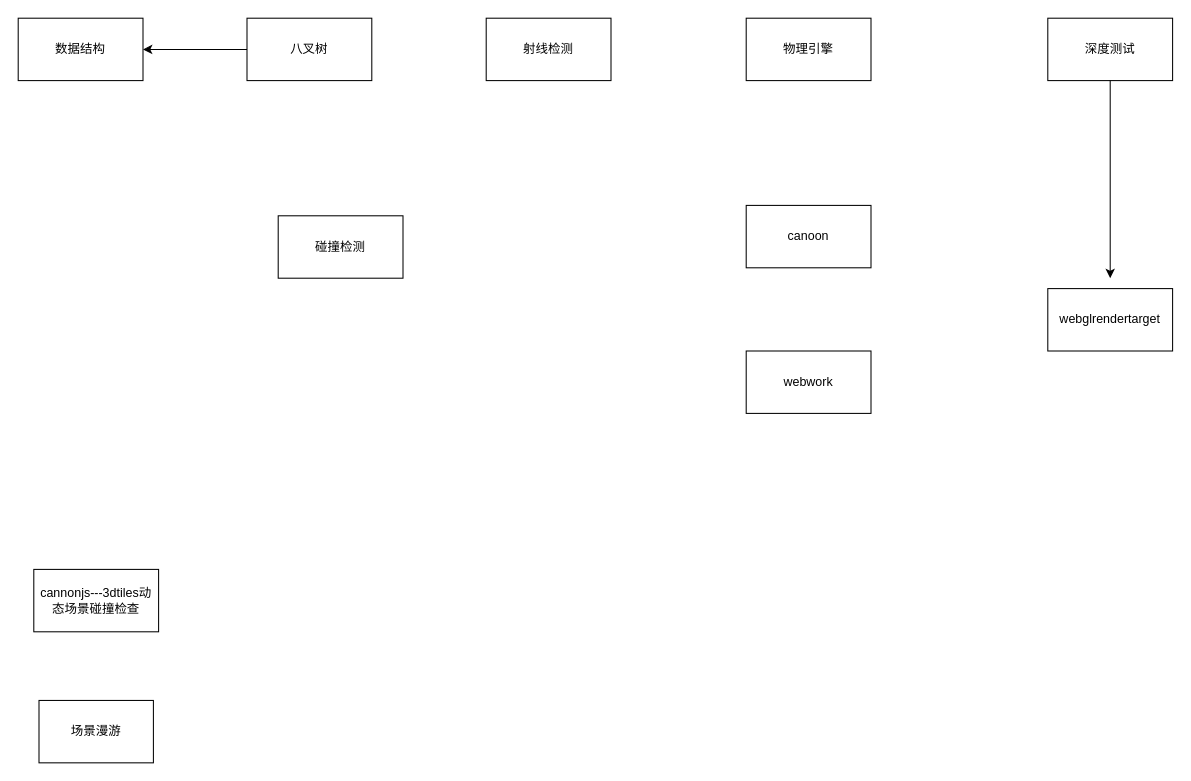
The draw.io diagram page "物理引擎 和 碰撞检测" (4 of 6) of todos.drawio in yangyangzuo/mytodos, before the edit. Source tidied: cells renumbered, new cells numbered last; positions are measured from the earlier drawing's top-left corner, leaving out a move shared by most shapes. Both pictures are drawn from the tidied source at 104%, with x=0, y=0 at pixel (18, 18).
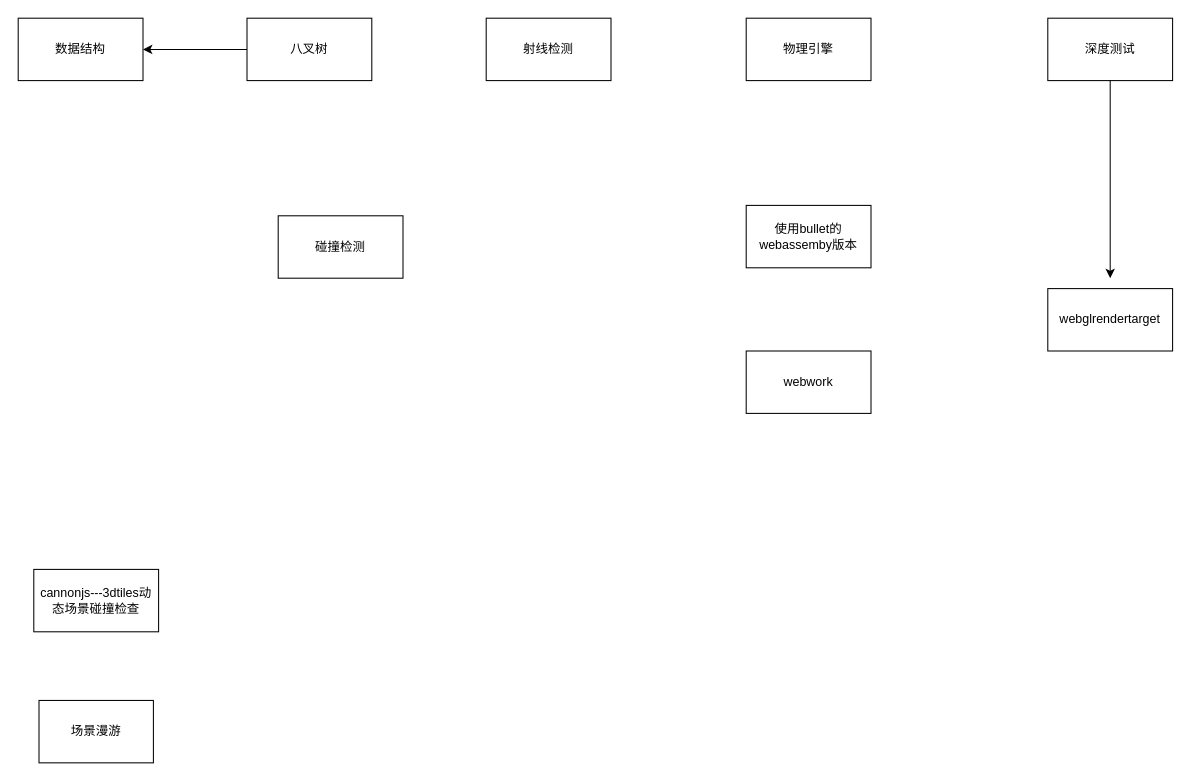
Above is the later version.

The edit, as a diff of the source:
```diff
@@
 <mxGraphModel>
   <root>
     <mxCell id="0" />
     <mxCell id="1" parent="0" />
-    <mxCell id="2" value="canoon" style="rounded=0;whiteSpace=wrap;html=1;" parent="1" vertex="1">
+    <mxCell id="2" value="使用bullet的webassemby版本" style="rounded=0;whiteSpace=wrap;html=1;" parent="1" vertex="1">
       <mxGeometry x="700" y="180" width="120" height="60" as="geometry" />
     </mxCell>
     <mxCell id="3" value="webwork" style="rounded=0;whiteSpace=wrap;html=1;" parent="1" vertex="1">
       <mxGeometry x="700" y="320" width="120" height="60" as="geometry" />
     </mxCell>
     <mxCell id="4" style="edgeStyle=orthogonalEdgeStyle;rounded=0;jettySize=auto;html=1;entryX=1;entryY=0.5;entryDx=0;entryDy=0;" parent="1" edge="1" source="5" target="6">
       <mxGeometry relative="1" as="geometry" />
     </mxCell>
     <mxCell id="5" value="八叉树" style="rounded=0;whiteSpace=wrap;html=1;" parent="1" vertex="1">
       <mxGeometry x="220" width="120" height="60" as="geometry" />
     </mxCell>
     <mxCell id="6" value="数据结构" style="rounded=0;whiteSpace=wrap;html=1;" parent="1" vertex="1">
       <mxGeometry width="120" height="60" as="geometry" />
     </mxCell>
     <mxCell id="7" value="碰撞检测" style="rounded=0;whiteSpace=wrap;html=1;" parent="1" vertex="1">
       <mxGeometry x="250" y="190" width="120" height="60" as="geometry" />
     </mxCell>
     <mxCell id="8" value="场景漫游" style="rounded=0;whiteSpace=wrap;html=1;" parent="1" vertex="1">
       <mxGeometry x="20" y="656" width="110" height="60" as="geometry" />
     </mxCell>
     <mxCell id="9" value="webglrendertarget" style="whiteSpace=wrap;html=1;" parent="1" vertex="1">
       <mxGeometry x="990" y="260" width="120" height="60" as="geometry" />
     </mxCell>
     <mxCell id="10" value="cannonjs---3dtiles动态场景碰撞检查" style="whiteSpace=wrap;html=1;" parent="1" vertex="1">
       <mxGeometry x="15" y="530" width="120" height="60" as="geometry" />
     </mxCell>
     <mxCell id="11" value="射线检测" style="whiteSpace=wrap;html=1;" parent="1" vertex="1">
       <mxGeometry x="450" width="120" height="60" as="geometry" />
     </mxCell>
     <mxCell id="12" value="物理引擎" style="whiteSpace=wrap;html=1;" parent="1" vertex="1">
       <mxGeometry x="700" width="120" height="60" as="geometry" />
     </mxCell>
     <mxCell id="13" value="深度测试" style="whiteSpace=wrap;html=1;" parent="1" vertex="1">
       <mxGeometry x="990" width="120" height="60" as="geometry" />
     </mxCell>
     <mxCell id="14" style="edgeStyle=orthogonalEdgeStyle;rounded=0;jettySize=auto;html=1;entryX=0.5;entryY=-0.167;entryDx=0;entryDy=0;entryPerimeter=0;" parent="1" edge="1" source="13" target="9">
       <mxGeometry relative="1" as="geometry" />
     </mxCell>
   </root>
 </mxGraphModel>
```
